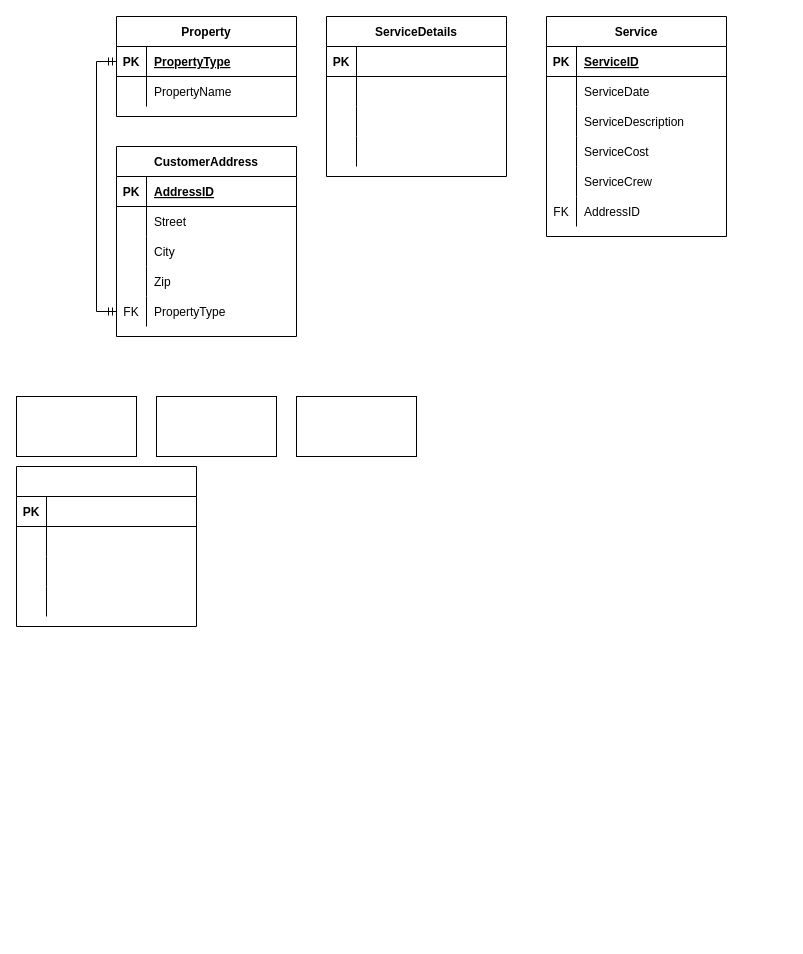
Earlier version of the draw.io diagram Landscape Company ERD.drawio (JerryJi002/Diagrams). Source tidied: cells renumbered, new cells numbered last; positions are measured from the earlier drawing's top-left corner, leaving out a move shared by most shapes. Both pictures are drawn from the tidied source at 100%, with x=0, y=0 at pixel (16, 16).
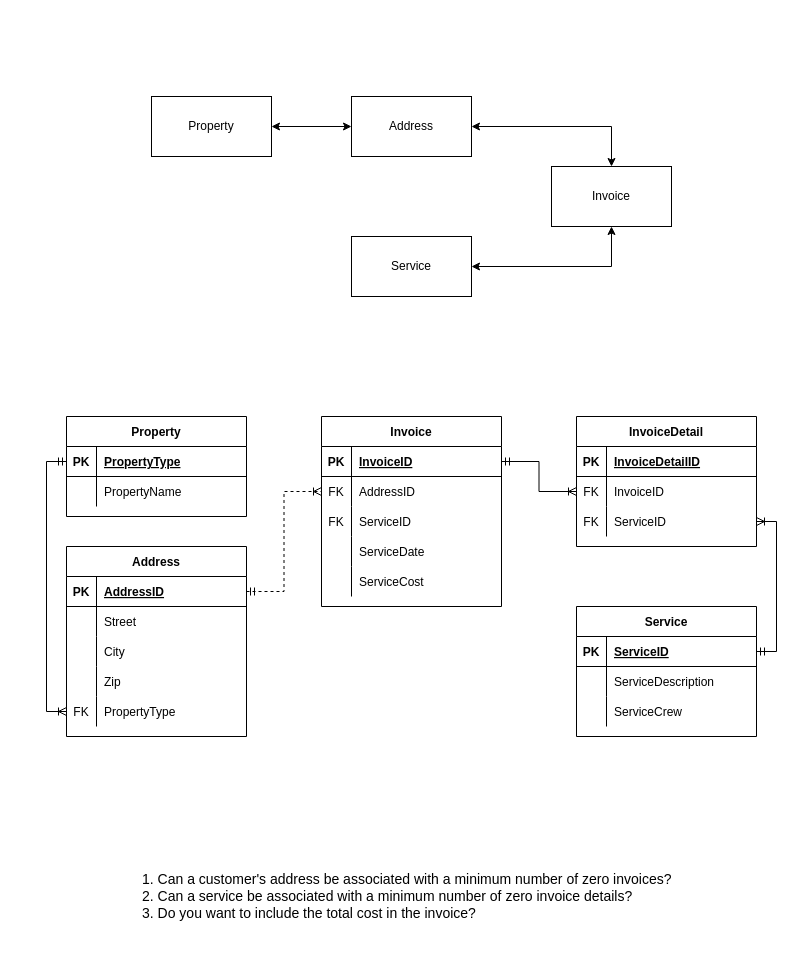
The same diagram, later.

Unchanged cells that the change refers to:
```xml
<mxCell id="3" style="shape=tableRow;horizontal=0;startSize=0;swimlaneHead=0;swimlaneBody=0;fillColor=none;points=[[0,0.5],[1,0.5]];portConstraint=eastwest;top=0;left=0;right=0;bottom=1;" parent="2" vertex="1">
  <mxGeometry y="30" width="180" height="30" as="geometry" />
</mxCell>
<mxCell id="10" style="shape=tableRow;horizontal=0;startSize=0;swimlaneHead=0;swimlaneBody=0;fillColor=none;points=[[0,0.5],[1,0.5]];portConstraint=eastwest;top=0;left=0;right=0;bottom=1;" parent="9" vertex="1">
  <mxGeometry y="30" width="180" height="30" as="geometry" />
</mxCell>
<mxCell id="22" style="shape=tableRow;horizontal=0;startSize=0;swimlaneHead=0;swimlaneBody=0;fillColor=none;points=[[0,0.5],[1,0.5]];portConstraint=eastwest;top=0;left=0;right=0;bottom=0;" parent="9" vertex="1">
  <mxGeometry y="150" width="180" height="30" as="geometry" />
</mxCell>
<mxCell id="26" style="shape=tableRow;horizontal=0;startSize=0;swimlaneHead=0;swimlaneBody=0;fillColor=none;points=[[0,0.5],[1,0.5]];portConstraint=eastwest;top=0;left=0;right=0;bottom=1;" parent="25" vertex="1">
  <mxGeometry y="30" width="180" height="30" as="geometry" />
</mxCell>
<mxCell id="46" style="shape=tableRow;horizontal=0;startSize=0;swimlaneHead=0;swimlaneBody=0;fillColor=none;top=0;left=0;right=0;bottom=1;" parent="45" vertex="1">
  <mxGeometry y="30" width="180" height="30" as="geometry" />
</mxCell>
<mxCell id="49" style="shape=tableRow;horizontal=0;startSize=0;swimlaneHead=0;swimlaneBody=0;fillColor=none;points=[[0,0.5],[1,0.5]];portConstraint=eastwest;top=0;left=0;right=0;bottom=0;" parent="45" vertex="1">
  <mxGeometry y="60" width="180" height="30" as="geometry" />
</mxCell>
<mxCell id="52" style="shape=tableRow;horizontal=0;startSize=0;swimlaneHead=0;swimlaneBody=0;fillColor=none;points=[[0,0.5],[1,0.5]];portConstraint=eastwest;top=0;left=0;right=0;bottom=0;" parent="45" vertex="1">
  <mxGeometry y="90" width="180" height="30" as="geometry" />
</mxCell>
<mxCell id="62" style="shape=tableRow;horizontal=0;startSize=0;swimlaneHead=0;swimlaneBody=0;fillColor=none;points=[[0,0.5],[1,0.5]];portConstraint=eastwest;top=0;left=0;right=0;bottom=1;" parent="61" vertex="1">
  <mxGeometry y="30" width="180" height="30" as="geometry" />
</mxCell>
<mxCell id="65" style="shape=tableRow;horizontal=0;startSize=0;swimlaneHead=0;swimlaneBody=0;fillColor=none;points=[[0,0.5],[1,0.5]];portConstraint=eastwest;top=0;left=0;right=0;bottom=0;" parent="61" vertex="1">
  <mxGeometry y="60" width="180" height="30" as="geometry" />
</mxCell>
<mxCell id="68" style="shape=tableRow;horizontal=0;startSize=0;swimlaneHead=0;swimlaneBody=0;fillColor=none;top=0;left=0;right=0;bottom=0;" parent="61" vertex="1">
  <mxGeometry y="90" width="180" height="30" as="geometry" />
</mxCell>
<mxCell id="71" style="shape=tableRow;horizontal=0;startSize=0;swimlaneHead=0;swimlaneBody=0;fillColor=none;top=0;left=0;right=0;bottom=0;" parent="61" vertex="1">
  <mxGeometry y="120" width="180" height="30" as="geometry" />
</mxCell>
```

Diff of the diagram source:
```diff
@@
     <mxCell id="2" value="Property" style="shape=table;startSize=30;childLayout=tableLayout;rowLines=0;fontStyle=1;align=center;" parent="1" vertex="1">
-      <mxGeometry x="100" width="180" height="100" as="geometry" />
+      <mxGeometry x="50" y="400" width="180" height="100" as="geometry" />
     </mxCell>
@@
-    <mxCell id="9" value="CustomerAddress" style="shape=table;startSize=30;childLayout=tableLayout;rowLines=0;fontStyle=1;align=center;" parent="1" vertex="1">
-      <mxGeometry x="100" y="130" width="180" height="190" as="geometry" />
+    <mxCell id="9" value="Address" style="shape=table;startSize=30;childLayout=tableLayout;rowLines=0;fontStyle=1;align=center;" parent="1" vertex="1">
+      <mxGeometry x="50" y="530" width="180" height="190" as="geometry" />
     </mxCell>
@@
     <mxCell id="25" value="Service" style="shape=table;startSize=30;childLayout=tableLayout;rowLines=0;fontStyle=1;align=center;" parent="1" vertex="1">
-      <mxGeometry x="530" width="180" height="220" as="geometry" />
+      <mxGeometry x="560" y="590" width="180" height="130" as="geometry" />
     </mxCell>
@@
-    <mxCell id="29" style="shape=tableRow;horizontal=0;startSize=0;swimlaneHead=0;swimlaneBody=0;fillColor=none;top=0;left=0;right=0;bottom=0;" parent="25" vertex="1">
-      <mxGeometry y="60" width="180" height="30" as="geometry" />
-    </mxCell>
-    <mxCell id="30" style="shape=partialRectangle;fillColor=none;top=0;left=0;bottom=0;right=0;overflow=hidden;" parent="29" vertex="1">
-      <mxGeometry width="30" height="30" as="geometry" />
-    </mxCell>
-    <mxCell id="31" value="ServiceDate" style="shape=partialRectangle;fillColor=none;top=0;left=0;bottom=0;right=0;align=left;spacingLeft=6;overflow=hidden;" parent="29" vertex="1">
-      <mxGeometry x="30" width="150" height="30" as="geometry" />
-    </mxCell>
     <mxCell id="32" style="shape=tableRow;horizontal=0;startSize=0;swimlaneHead=0;swimlaneBody=0;fillColor=none;top=0;left=0;right=0;bottom=0;" parent="25" vertex="1">
-      <mxGeometry y="90" width="180" height="30" as="geometry" />
+      <mxGeometry y="60" width="180" height="30" as="geometry" />
     </mxCell>
@@
-    <mxCell id="35" style="shape=tableRow;horizontal=0;startSize=0;swimlaneHead=0;swimlaneBody=0;fillColor=none;top=0;left=0;right=0;bottom=0;" parent="25" vertex="1">
-      <mxGeometry y="120" width="180" height="30" as="geometry" />
-    </mxCell>
-    <mxCell id="36" style="shape=partialRectangle;fillColor=none;top=0;left=0;bottom=0;right=0;overflow=hidden;" parent="35" vertex="1">
-      <mxGeometry width="30" height="30" as="geometry" />
-    </mxCell>
-    <mxCell id="37" value="ServiceCost" style="shape=partialRectangle;fillColor=none;top=0;left=0;bottom=0;right=0;align=left;spacingLeft=6;overflow=hidden;" parent="35" vertex="1">
-      <mxGeometry x="30" width="150" height="30" as="geometry" />
-    </mxCell>
     <mxCell id="38" style="shape=tableRow;horizontal=0;startSize=0;swimlaneHead=0;swimlaneBody=0;fillColor=none;top=0;left=0;right=0;bottom=0;" parent="25" vertex="1">
-      <mxGeometry y="150" width="180" height="30" as="geometry" />
+      <mxGeometry y="90" width="180" height="30" as="geometry" />
     </mxCell>
@@
-    <mxCell id="41" style="shape=tableRow;horizontal=0;startSize=0;swimlaneHead=0;swimlaneBody=0;fillColor=none;top=0;left=0;right=0;bottom=0;" parent="25" vertex="1">
-      <mxGeometry y="180" width="180" height="30" as="geometry" />
-    </mxCell>
-    <mxCell id="42" value="FK" style="shape=partialRectangle;fillColor=none;top=0;left=0;bottom=0;right=0;overflow=hidden;" parent="41" vertex="1">
-      <mxGeometry width="30" height="30" as="geometry" />
-    </mxCell>
-    <mxCell id="43" value="AddressID" style="shape=partialRectangle;fillColor=none;top=0;left=0;bottom=0;right=0;align=left;spacingLeft=6;overflow=hidden;" parent="41" vertex="1">
-      <mxGeometry x="30" width="150" height="30" as="geometry" />
-    </mxCell>
-    <mxCell id="44" style="rounded=0;whiteSpace=wrap;html=1;" parent="1" vertex="1">
-      <mxGeometry y="380" width="120" height="60" as="geometry" />
+    <mxCell id="44" value="Invoice" style="rounded=0;whiteSpace=wrap;html=1;" parent="1" vertex="1">
+      <mxGeometry x="535" y="150" width="120" height="60" as="geometry" />
     </mxCell>
-    <mxCell id="45" style="shape=table;startSize=30;childLayout=tableLayout;rowLines=0;fontStyle=1;align=center;" parent="1" vertex="1">
-      <mxGeometry y="450" width="180" height="160" as="geometry" />
+    <mxCell id="45" value="InvoiceDetail" style="shape=table;startSize=30;childLayout=tableLayout;rowLines=0;fontStyle=1;align=center;" parent="1" vertex="1">
+      <mxGeometry x="560" y="400" width="180" height="130" as="geometry" />
     </mxCell>
@@
-    <mxCell id="48" style="shape=partialRectangle;fillColor=none;top=0;left=0;bottom=0;right=0;align=left;spacingLeft=6;fontStyle=5;overflow=hidden;" parent="46" vertex="1">
+    <mxCell id="48" value="InvoiceDetailID" style="shape=partialRectangle;fillColor=none;top=0;left=0;bottom=0;right=0;align=left;spacingLeft=6;fontStyle=5;overflow=hidden;" parent="46" vertex="1">
       <mxGeometry x="30" width="150" height="30" as="geometry" />
     </mxCell>
@@
-    <mxCell id="50" style="shape=partialRectangle;fillColor=none;top=0;left=0;bottom=0;right=0;overflow=hidden;" parent="49" vertex="1">
+    <mxCell id="50" value="FK" style="shape=partialRectangle;fillColor=none;top=0;left=0;bottom=0;right=0;overflow=hidden;" parent="49" vertex="1">
       <mxGeometry width="30" height="30" as="geometry" />
     </mxCell>
-    <mxCell id="51" style="shape=partialRectangle;fillColor=none;top=0;left=0;bottom=0;right=0;align=left;spacingLeft=6;overflow=hidden;" parent="49" vertex="1">
+    <mxCell id="51" value="InvoiceID" style="shape=partialRectangle;fillColor=none;top=0;left=0;bottom=0;right=0;align=left;spacingLeft=6;overflow=hidden;" parent="49" vertex="1">
       <mxGeometry x="30" width="150" height="30" as="geometry" />
     </mxCell>
@@
-    <mxCell id="53" style="shape=partialRectangle;fillColor=none;top=0;left=0;bottom=0;right=0;overflow=hidden;" parent="52" vertex="1">
+    <mxCell id="53" value="FK" style="shape=partialRectangle;fillColor=none;top=0;left=0;bottom=0;right=0;overflow=hidden;" parent="52" vertex="1">
       <mxGeometry width="30" height="30" as="geometry" />
     </mxCell>
-    <mxCell id="54" style="shape=partialRectangle;fillColor=none;top=0;left=0;bottom=0;right=0;align=left;spacingLeft=6;overflow=hidden;" parent="52" vertex="1">
+    <mxCell id="54" value="ServiceID" style="shape=partialRectangle;fillColor=none;top=0;left=0;bottom=0;right=0;align=left;spacingLeft=6;overflow=hidden;" parent="52" vertex="1">
       <mxGeometry x="30" width="150" height="30" as="geometry" />
     </mxCell>
-    <mxCell id="55" style="shape=tableRow;horizontal=0;startSize=0;swimlaneHead=0;swimlaneBody=0;fillColor=none;top=0;left=0;right=0;bottom=0;" parent="45" vertex="1">
-      <mxGeometry y="120" width="180" height="30" as="geometry" />
-    </mxCell>
-    <mxCell id="56" style="shape=partialRectangle;fillColor=none;top=0;left=0;bottom=0;right=0;overflow=hidden;" parent="55" vertex="1">
-      <mxGeometry width="30" height="30" as="geometry" />
-    </mxCell>
-    <mxCell id="57" style="shape=partialRectangle;fillColor=none;top=0;left=0;bottom=0;right=0;align=left;spacingLeft=6;overflow=hidden;" parent="55" vertex="1">
-      <mxGeometry x="30" width="150" height="30" as="geometry" />
-    </mxCell>
+    <mxCell id="74" style="edgeStyle=orthogonalEdgeStyle;rounded=0;jettySize=auto;html=1;exitX=1;exitY=0.5;exitDx=0;exitDy=0;entryX=0;entryY=0.5;entryDx=0;entryDy=0;startArrow=classic;startFill=1;" parent="1" edge="1" source="58" target="59">
+      <mxGeometry relative="1" as="geometry" />
+    </mxCell>
-    <mxCell id="58" style="rounded=0;whiteSpace=wrap;html=1;" parent="1" vertex="1">
-      <mxGeometry x="280" y="380" width="120" height="60" as="geometry" />
+    <mxCell id="58" value="Property" style="rounded=0;whiteSpace=wrap;html=1;" parent="1" vertex="1">
+      <mxGeometry x="135" y="80" width="120" height="60" as="geometry" />
     </mxCell>
+    <mxCell id="75" style="edgeStyle=orthogonalEdgeStyle;rounded=0;jettySize=auto;html=1;exitX=1;exitY=0.5;exitDx=0;exitDy=0;entryX=0.5;entryY=0;entryDx=0;entryDy=0;startArrow=classic;startFill=1;" parent="1" edge="1" source="59" target="44">
+      <mxGeometry relative="1" as="geometry" />
+    </mxCell>
-    <mxCell id="59" style="rounded=0;whiteSpace=wrap;html=1;" parent="1" vertex="1">
-      <mxGeometry x="140" y="380" width="120" height="60" as="geometry" />
+    <mxCell id="59" value="Address" style="rounded=0;whiteSpace=wrap;html=1;" parent="1" vertex="1">
+      <mxGeometry x="335" y="80" width="120" height="60" as="geometry" />
     </mxCell>
-    <mxCell id="60" style="edgeStyle=orthogonalEdgeStyle;rounded=0;jettySize=auto;html=1;exitX=0;exitY=0.5;exitDx=0;exitDy=0;entryX=0;entryY=0.5;entryDx=0;entryDy=0;endArrow=ERmandOne;endFill=0;startArrow=ERmandOne;startFill=0;" parent="1" edge="1" source="3" target="22">
+    <mxCell id="60" style="edgeStyle=orthogonalEdgeStyle;rounded=0;jettySize=auto;html=1;exitX=0;exitY=0.5;exitDx=0;exitDy=0;entryX=0;entryY=0.5;entryDx=0;entryDy=0;endArrow=ERoneToMany;endFill=0;startArrow=ERmandOne;startFill=0;" parent="1" edge="1" source="3" target="22">
       <mxGeometry relative="1" as="geometry" />
     </mxCell>
-    <mxCell id="61" value="ServiceDetails" style="shape=table;startSize=30;childLayout=tableLayout;rowLines=0;fontStyle=1;align=center;" parent="1" vertex="1">
-      <mxGeometry x="310" width="180" height="160" as="geometry" />
+    <mxCell id="61" value="Invoice" style="shape=table;startSize=30;childLayout=tableLayout;rowLines=0;fontStyle=1;align=center;" parent="1" vertex="1">
+      <mxGeometry x="305" y="400" width="180" height="190" as="geometry" />
     </mxCell>
@@
-    <mxCell id="64" style="shape=partialRectangle;fillColor=none;top=0;left=0;bottom=0;right=0;align=left;spacingLeft=6;fontStyle=5;overflow=hidden;" parent="62" vertex="1">
+    <mxCell id="64" value="InvoiceID" style="shape=partialRectangle;fillColor=none;top=0;left=0;bottom=0;right=0;align=left;spacingLeft=6;fontStyle=5;overflow=hidden;" parent="62" vertex="1">
       <mxGeometry x="30" width="150" height="30" as="geometry" />
     </mxCell>
@@
-    <mxCell id="66" style="shape=partialRectangle;fillColor=none;top=0;left=0;bottom=0;right=0;overflow=hidden;" parent="65" vertex="1">
+    <mxCell id="66" value="FK" style="shape=partialRectangle;fillColor=none;top=0;left=0;bottom=0;right=0;overflow=hidden;" parent="65" vertex="1">
       <mxGeometry width="30" height="30" as="geometry" />
     </mxCell>
-    <mxCell id="67" style="shape=partialRectangle;fillColor=none;top=0;left=0;bottom=0;right=0;align=left;spacingLeft=6;overflow=hidden;" parent="65" vertex="1">
+    <mxCell id="67" value="AddressID" style="shape=partialRectangle;fillColor=none;top=0;left=0;bottom=0;right=0;align=left;spacingLeft=6;overflow=hidden;" parent="65" vertex="1">
       <mxGeometry x="30" width="150" height="30" as="geometry" />
     </mxCell>
@@
-    <mxCell id="69" style="shape=partialRectangle;fillColor=none;top=0;left=0;bottom=0;right=0;overflow=hidden;" parent="68" vertex="1">
+    <mxCell id="69" value="FK" style="shape=partialRectangle;fillColor=none;top=0;left=0;bottom=0;right=0;overflow=hidden;" parent="68" vertex="1">
       <mxGeometry width="30" height="30" as="geometry" />
     </mxCell>
-    <mxCell id="70" style="shape=partialRectangle;fillColor=none;top=0;left=0;bottom=0;right=0;align=left;spacingLeft=6;overflow=hidden;" parent="68" vertex="1">
+    <mxCell id="70" value="ServiceID" style="shape=partialRectangle;fillColor=none;top=0;left=0;bottom=0;right=0;align=left;spacingLeft=6;overflow=hidden;" parent="68" vertex="1">
       <mxGeometry x="30" width="150" height="30" as="geometry" />
     </mxCell>
@@
-    <mxCell id="73" style="shape=partialRectangle;fillColor=none;top=0;left=0;bottom=0;right=0;align=left;spacingLeft=6;overflow=hidden;" parent="71" vertex="1">
+    <mxCell id="73" value="ServiceDate" style="shape=partialRectangle;fillColor=none;top=0;left=0;bottom=0;right=0;align=left;spacingLeft=6;overflow=hidden;" parent="71" vertex="1">
       <mxGeometry x="30" width="150" height="30" as="geometry" />
     </mxCell>
+    <mxCell id="76" style="shape=tableRow;horizontal=0;startSize=0;swimlaneHead=0;swimlaneBody=0;fillColor=none;top=0;left=0;right=0;bottom=0;" parent="61" vertex="1">
+      <mxGeometry y="150" width="180" height="30" as="geometry" />
+    </mxCell>
+    <mxCell id="77" style="shape=partialRectangle;fillColor=none;top=0;left=0;bottom=0;right=0;overflow=hidden;" parent="76" vertex="1">
+      <mxGeometry width="30" height="30" as="geometry" />
+    </mxCell>
+    <mxCell id="37" value="ServiceCost" style="shape=partialRectangle;fillColor=none;top=0;left=0;bottom=0;right=0;align=left;spacingLeft=6;overflow=hidden;" parent="76" vertex="1">
+      <mxGeometry x="30" width="150" height="30" as="geometry" />
+    </mxCell>
+    <mxCell id="78" style="edgeStyle=orthogonalEdgeStyle;rounded=0;jettySize=auto;html=1;exitX=1;exitY=0.5;exitDx=0;exitDy=0;entryX=0.5;entryY=1;entryDx=0;entryDy=0;startArrow=classic;startFill=1;" parent="1" edge="1" source="79" target="44">
+      <mxGeometry relative="1" as="geometry" />
+    </mxCell>
+    <mxCell id="79" value="Service" style="rounded=0;whiteSpace=wrap;html=1;" parent="1" vertex="1">
+      <mxGeometry x="335" y="220" width="120" height="60" as="geometry" />
+    </mxCell>
+    <mxCell id="80" style="edgeStyle=orthogonalEdgeStyle;rounded=0;jettySize=auto;html=1;exitX=1;exitY=0.5;exitDx=0;exitDy=0;entryX=0;entryY=0.5;entryDx=0;entryDy=0;startArrow=ERmandOne;startFill=0;endArrow=ERoneToMany;endFill=0;dashed=1;" parent="1" edge="1" source="10" target="65">
+      <mxGeometry relative="1" as="geometry" />
+    </mxCell>
+    <mxCell id="81" style="edgeStyle=orthogonalEdgeStyle;rounded=0;jettySize=auto;html=1;exitX=1;exitY=0.5;exitDx=0;exitDy=0;entryX=0;entryY=0.5;entryDx=0;entryDy=0;startArrow=ERmandOne;startFill=0;endArrow=ERoneToMany;endFill=0;strokeWidth=1;" parent="1" edge="1" source="62" target="49">
+      <mxGeometry relative="1" as="geometry" />
+    </mxCell>
+    <mxCell id="82" style="edgeStyle=orthogonalEdgeStyle;rounded=0;jettySize=auto;html=1;exitX=1;exitY=0.5;exitDx=0;exitDy=0;entryX=1;entryY=0.5;entryDx=0;entryDy=0;startArrow=ERmandOne;startFill=0;endArrow=ERoneToMany;endFill=0;strokeWidth=1;" parent="1" edge="1" source="26" target="52">
+      <mxGeometry relative="1" as="geometry" />
+    </mxCell>
+    <mxCell id="83" value="&lt;font style=&quot;font-size: 14px&quot;&gt;1. Can a customer's address be associated with a minimum number of zero invoices?&lt;br&gt;2. Can a service be associated with a minimum number of zero invoice details?&lt;br&gt;&lt;div&gt;&lt;span&gt;3. Do you want to include the total cost in the invoice?&lt;/span&gt;&lt;/div&gt;&lt;/font&gt;" style="text;html=1;strokeColor=none;fillColor=none;align=left;verticalAlign=middle;whiteSpace=wrap;rounded=0;" parent="1" vertex="1">
+      <mxGeometry x="124" y="840" width="543" height="80" as="geometry" />
+    </mxCell>
```
